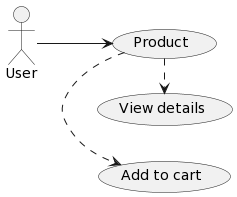
This is Lab1/Lab1_2/UseCaseDiagram/Product.png from PhuocTri0106and1608/SE357-Pratice-class, a PlantUML export, as it was before one commit. Source of this version:
```plantuml
@startuml
left to right direction
:User: --> (a)
"Product" as (a)
(a) .> (Add to cart)
(a) .> (View details)
@enduml
```
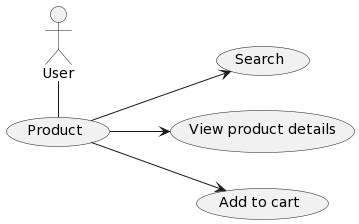
Above is the later version.

Change to the diagram source:
```diff
@@ -1,7 +1,8 @@
 @startuml
 left to right direction
-:User: --> (a)
-"Product" as (a)
-(a) .> (Add to cart)
-(a) .> (View details)
+    :User: - (a)
+    "Product" as (a)
+(a) --> (Search)
+    (a) --> (View product details)
+    (a) --> (Add to cart)
 @enduml
```
